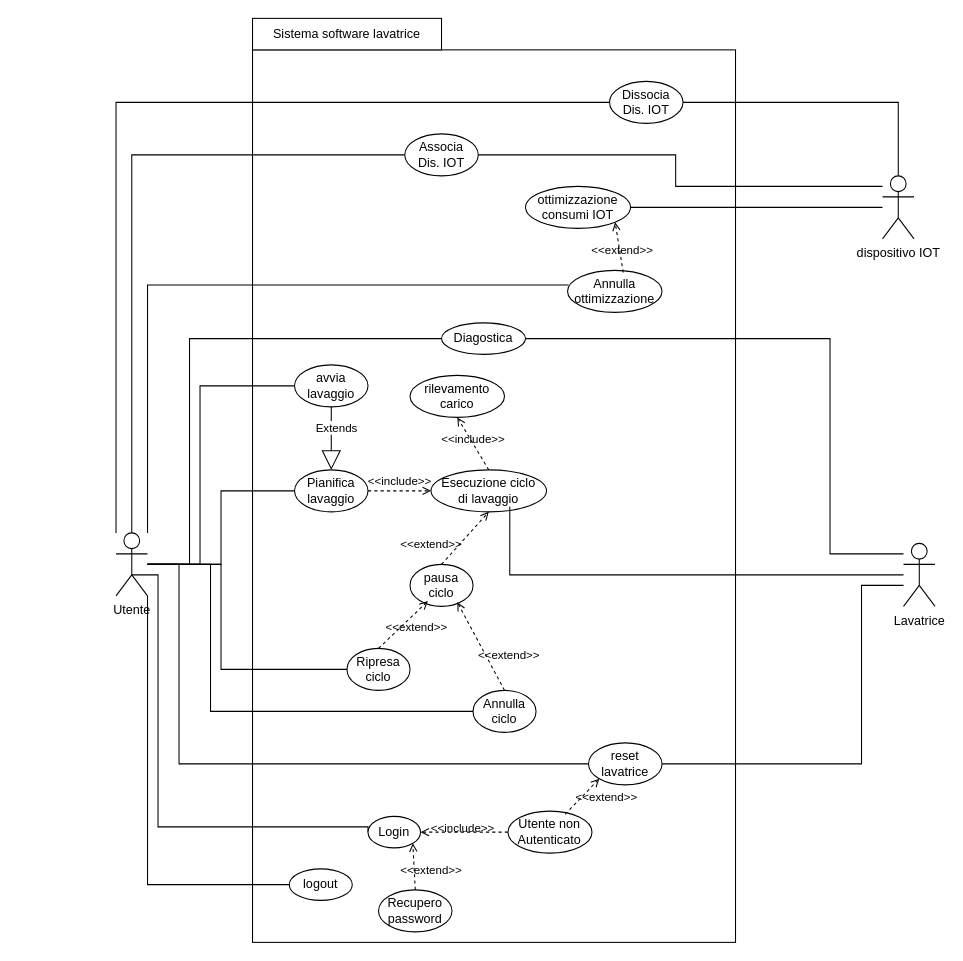
Earlier version of the draw.io diagram content/use.drawio (uni-aca100/ing-proj). Source tidied: cells renumbered, new cells numbered last; positions are measured from the earlier drawing's top-left corner, leaving out a move shared by most shapes. Both pictures are drawn from the tidied source at 105%, with x=0, y=0 at pixel (116, 18).
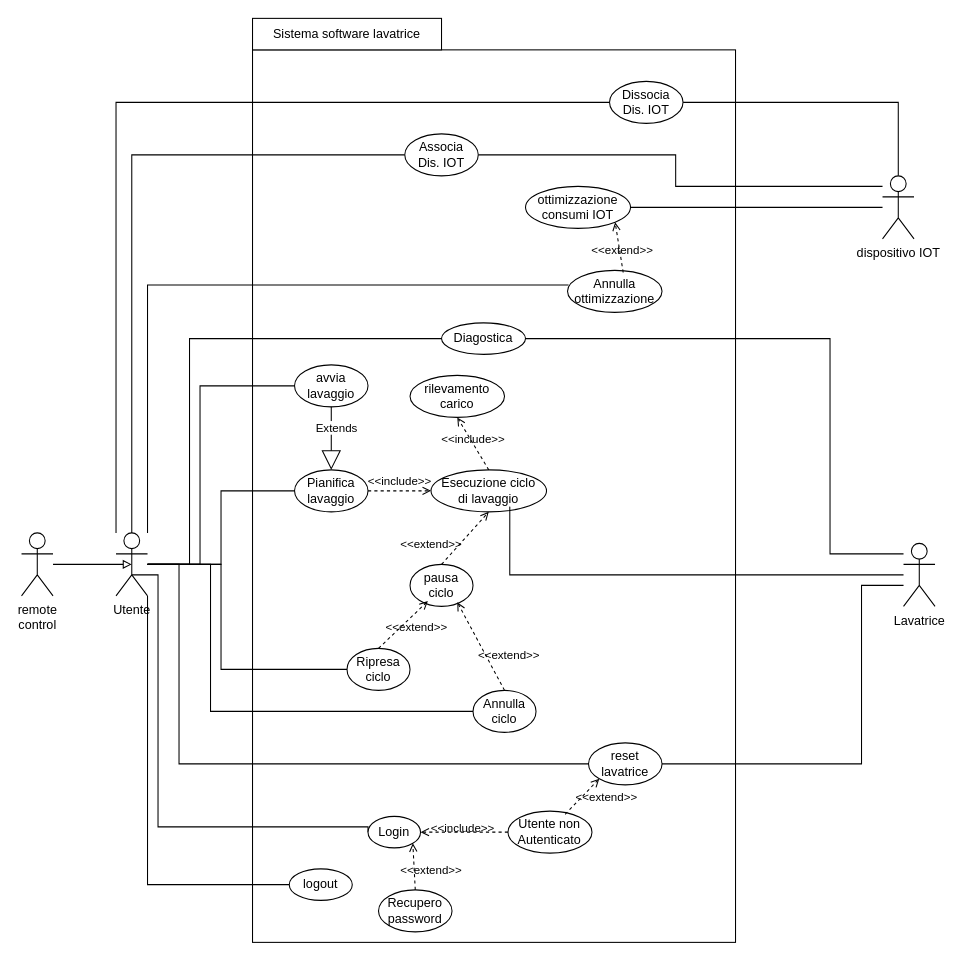
The same page after the edit.

Unchanged cells that the change refers to:
```xml
<mxCell id="21" value="Utente" style="shape=umlActor;verticalLabelPosition=bottom;verticalAlign=top;html=1;" parent="1" vertex="1">
  <mxGeometry y="490" width="30" height="60" as="geometry" />
</mxCell>
```

The edit, as a diff of the source:
```diff
@@
+    <mxCell id="51" value="&lt;div&gt;remote&lt;/div&gt;&lt;div&gt;control&lt;/div&gt;" style="shape=umlActor;verticalLabelPosition=bottom;verticalAlign=top;html=1;outlineConnect=0;" parent="1" vertex="1">
+      <mxGeometry x="-90" y="490" width="30" height="60" as="geometry" />
+    </mxCell>
+    <mxCell id="52" style="edgeStyle=orthogonalEdgeStyle;rounded=0;jettySize=auto;html=1;entryX=0.5;entryY=0.5;entryDx=0;entryDy=0;entryPerimeter=0;endArrow=block;endFill=0;" parent="1" edge="1" source="51" target="21">
+      <mxGeometry relative="1" as="geometry" />
+    </mxCell>
```
